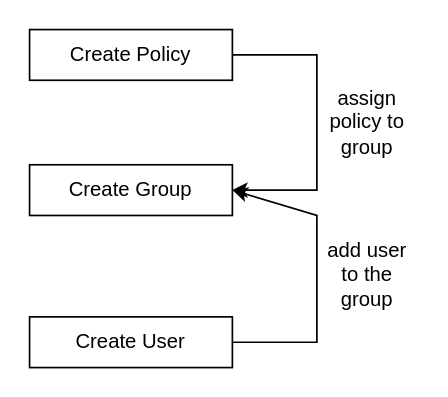
zinmyintnaung/aws-devops keeps this draw.io diagram as AWS-DevOps.drawio. Above is the earlier version. Source tidied: cells renumbered, new cells numbered last; positions are measured from the earlier drawing's top-left corner, leaving out a move shared by most shapes. Both pictures are drawn from the tidied source at 169%, with x=0, y=0 at pixel (29, 29).
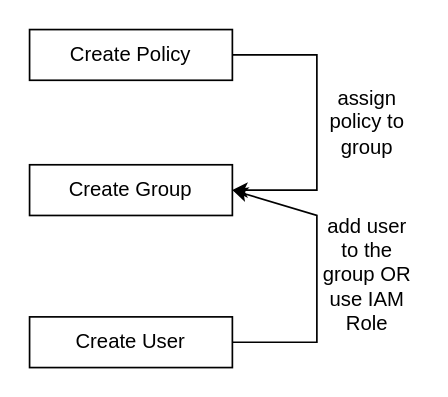
The same diagram, later.

What changed in the source:
```diff
@@
 <mxGraphModel>
   <root>
     <mxCell id="0" />
     <mxCell id="1" parent="0" />
     <mxCell id="2" value="Create Policy" style="rounded=0;whiteSpace=wrap;html=1;" parent="1" vertex="1">
       <mxGeometry width="120" height="30" as="geometry" />
     </mxCell>
     <mxCell id="3" value="Create Group" style="rounded=0;whiteSpace=wrap;html=1;" parent="1" vertex="1">
       <mxGeometry y="80" width="120" height="30" as="geometry" />
     </mxCell>
     <mxCell id="4" style="endArrow=classic;html=1;rounded=0;exitX=1;exitY=0.5;exitDx=0;exitDy=0;entryX=1;entryY=0.5;entryDx=0;entryDy=0;" parent="1" edge="1" source="2" target="3">
       <mxGeometry relative="1" as="geometry">
         <Array as="points">
           <mxPoint x="170" y="15" />
           <mxPoint x="170" y="95" />
         </Array>
       </mxGeometry>
     </mxCell>
     <mxCell id="5" value="assign policy to group" style="text;html=1;strokeColor=none;fillColor=none;align=center;verticalAlign=middle;whiteSpace=wrap;rounded=0;" parent="1" vertex="1">
       <mxGeometry x="170" y="30" width="60" height="50" as="geometry" />
     </mxCell>
     <mxCell id="6" value="Create User" style="rounded=0;whiteSpace=wrap;html=1;" parent="1" vertex="1">
       <mxGeometry y="170" width="120" height="30" as="geometry" />
     </mxCell>
     <mxCell id="7" style="endArrow=classic;html=1;rounded=0;exitX=1;exitY=0.5;exitDx=0;exitDy=0;entryX=1;entryY=0.5;entryDx=0;entryDy=0;" parent="1" edge="1" source="6" target="3">
       <mxGeometry relative="1" as="geometry">
         <Array as="points">
           <mxPoint x="170" y="185" />
           <mxPoint x="170" y="110" />
         </Array>
       </mxGeometry>
     </mxCell>
-    <mxCell id="8" value="add user to the group" style="text;html=1;strokeColor=none;fillColor=none;align=center;verticalAlign=middle;whiteSpace=wrap;rounded=0;" parent="1" vertex="1">
+    <mxCell id="8" value="add user to the group OR use IAM Role" style="text;html=1;strokeColor=none;fillColor=none;align=center;verticalAlign=middle;whiteSpace=wrap;rounded=0;" parent="1" vertex="1">
       <mxGeometry x="170" y="110" width="60" height="70" as="geometry" />
     </mxCell>
   </root>
 </mxGraphModel>
```
